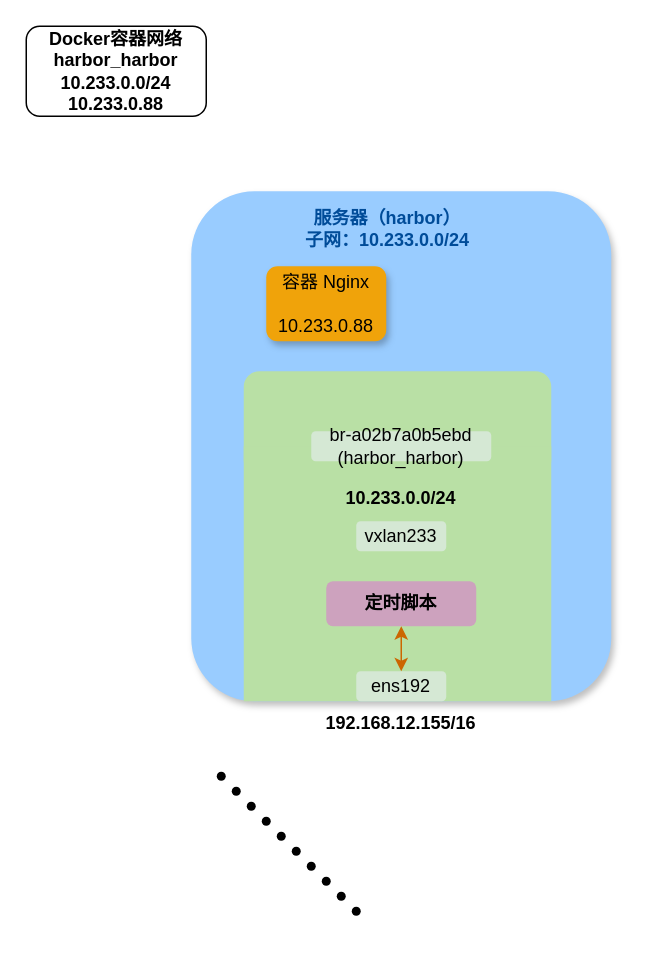
Earlier version of the draw.io diagram 自建vxlan隧道.drawio (C-Why/diagrams). Source tidied: cells renumbered, new cells numbered last; positions are measured from the earlier drawing's top-left corner, leaving out a move shared by most shapes. Both pictures are drawn from the tidied source at 150%, with x=0, y=0 at pixel (26, 26).
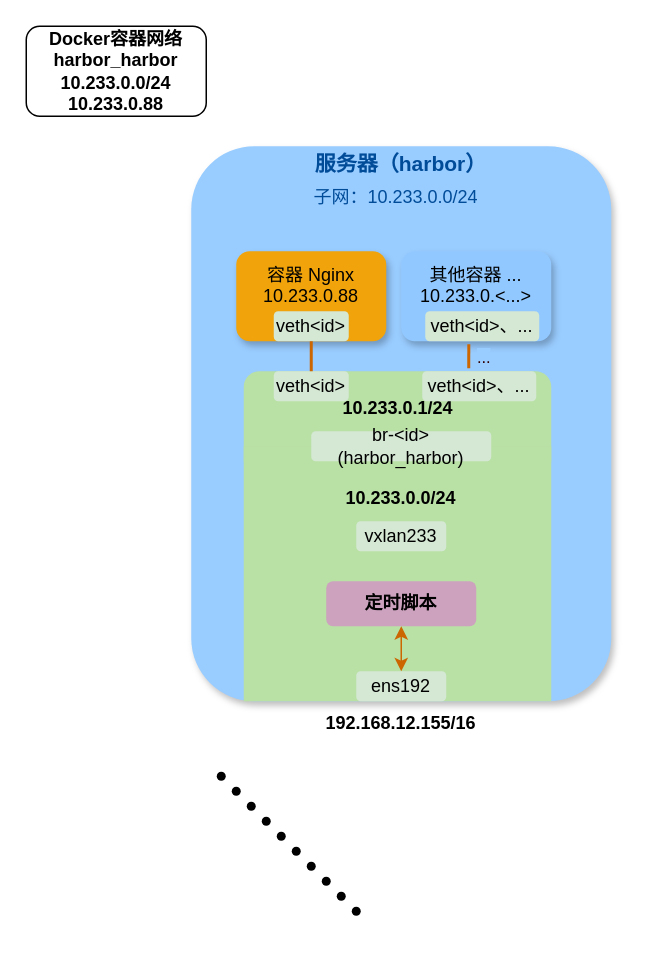
The same diagram, later.

Commit message (it also covers changes not shown here):
更新自建vxlan隧道.drawio

Unchanged cells that the change refers to:
```xml
<mxCell id="19" value="&lt;div&gt;ens192&lt;/div&gt;" style="rounded=1;whiteSpace=wrap;html=1;fillColor=#D5E8D4;strokeColor=none;" parent="1" vertex="1">
  <mxGeometry x="220" y="430" width="60" height="20" as="geometry" />
</mxCell>
<mxCell id="20" value="定时脚本" style="rounded=1;whiteSpace=wrap;html=1;strokeColor=none;fillColor=#CDA2BE;fontStyle=1;" parent="1" vertex="1">
  <mxGeometry x="200" y="370" width="100" height="30" as="geometry" />
</mxCell>
```

Diff of the diagram source:
```diff
@@
     <mxCell id="2" style="rounded=1;whiteSpace=wrap;html=1;labelBackgroundColor=none;labelBorderColor=none;fillColor=#99CCFF;strokeColor=none;shadow=1;" parent="1" vertex="1">
-      <mxGeometry x="110" y="110" width="280" height="340" as="geometry" />
+      <mxGeometry x="110" y="80" width="280" height="370" as="geometry" />
     </mxCell>
-    <mxCell id="3" value="&lt;div&gt;服务器（harbor）&lt;/div&gt;&lt;div&gt;子网：10.233.0.0/24&lt;/div&gt;" style="text;html=1;align=center;verticalAlign=middle;whiteSpace=wrap;rounded=0;fontStyle=1;fontColor=#004C99;" parent="1" vertex="1">
-      <mxGeometry x="171" y="120" width="140" height="30" as="geometry" />
+    <mxCell id="3" value="&lt;div style=&quot;font-size: 14px;&quot;&gt;服务器（harbor）&lt;/div&gt;&lt;div style=&quot;font-size: 14px;&quot;&gt;&lt;br&gt;&lt;/div&gt;" style="text;html=1;align=center;verticalAlign=middle;whiteSpace=wrap;rounded=0;fontStyle=1;fontColor=#004C99;fontSize=14;" parent="1" vertex="1">
+      <mxGeometry x="180" y="90" width="140" height="20" as="geometry" />
     </mxCell>
@@
-    <mxCell id="18" value="&lt;div&gt;容器 Nginx&lt;/div&gt;&lt;div&gt;&lt;br&gt;&lt;/div&gt;&lt;div&gt;10.233.0.88&lt;br&gt;&lt;/div&gt;" style="rounded=1;whiteSpace=wrap;html=1;fillColor=#F0A30A;fontColor=#000000;strokeColor=none;fillStyle=auto;glass=0;shadow=1;" parent="1" vertex="1">
-      <mxGeometry x="160" y="160" width="80" height="50" as="geometry" />
+    <mxCell id="18" value="&lt;div&gt;容器 Nginx&lt;/div&gt;&lt;div&gt;10.233.0.88&lt;/div&gt;&lt;div&gt;&lt;br&gt;&lt;/div&gt;" style="rounded=1;whiteSpace=wrap;html=1;fillColor=#F0A30A;fontColor=#000000;strokeColor=none;fillStyle=auto;glass=0;shadow=1;" parent="1" vertex="1">
+      <mxGeometry x="140" y="150" width="100" height="60" as="geometry" />
     </mxCell>
@@
-    <mxCell id="23" style="endArrow=classic;startArrow=classic;rounded=0;exitX=0.5;exitY=1;exitDx=0;exitDy=0;entryX=0.5;entryY=0;entryDx=0;entryDy=0;labelBackgroundColor=none;fontColor=none;noLabel=1;fillColor=#f0a30a;strokeColor=#CC6600;" parent="1" edge="1" source="20" target="19">
+    <mxCell id="23" style="endArrow=classic;startArrow=classic;rounded=0;exitX=0.5;exitY=1;exitDx=0;exitDy=0;entryX=0.5;entryY=0;entryDx=0;entryDy=0;labelBackgroundColor=none;fontColor=none;noLabel=1;fillColor=#f0a30a;strokeColor=#CC6600;strokeWidth=1;" parent="1" edge="1" source="20" target="19">
       <mxGeometry relative="1" as="geometry" />
     </mxCell>
-    <mxCell id="24" value="&lt;div&gt;br-a02b7a0b5ebd&lt;br&gt;&lt;/div&gt;&lt;div&gt;(harbor_harbor)&lt;/div&gt;" style="rounded=1;whiteSpace=wrap;html=1;fillColor=#D5E8D4;strokeColor=none;" parent="1" vertex="1">
+    <mxCell id="24" value="&lt;div&gt;br-&amp;lt;id&amp;gt;&lt;br&gt;&lt;/div&gt;&lt;div&gt;(harbor_harbor)&lt;/div&gt;" style="rounded=1;whiteSpace=wrap;html=1;fillColor=#D5E8D4;strokeColor=none;" parent="1" vertex="1">
       <mxGeometry x="190" y="270" width="120" height="20" as="geometry" />
     </mxCell>
+    <mxCell id="25" value="&lt;div&gt;10.233.0.1/24&lt;/div&gt;" style="text;html=1;strokeColor=none;fillColor=none;align=center;verticalAlign=middle;whiteSpace=wrap;rounded=0;fontStyle=1;" parent="1" vertex="1">
+      <mxGeometry x="217.5" y="250" width="60" height="10" as="geometry" />
+    </mxCell>
+    <mxCell id="26" value="veth&amp;lt;id&amp;gt;、..." style="rounded=1;whiteSpace=wrap;html=1;fillColor=#D5E8D4;strokeColor=none;" parent="1" vertex="1">
+      <mxGeometry x="264" y="230" width="76" height="20" as="geometry" />
+    </mxCell>
+    <mxCell id="27" value="&lt;div&gt;其他容器 ...&lt;/div&gt;&lt;div&gt;10.233.0.&amp;lt;...&amp;gt;&lt;br&gt;&lt;/div&gt;&lt;div&gt;&lt;br&gt;&lt;/div&gt;" style="rounded=1;whiteSpace=wrap;html=1;fillColor=#91C8FF;fontColor=#000000;strokeColor=none;fillStyle=auto;glass=0;shadow=1;gradientColor=none;" parent="1" vertex="1">
+      <mxGeometry x="250" y="150" width="100" height="60" as="geometry" />
+    </mxCell>
+    <mxCell id="28" value="veth&amp;lt;id&amp;gt;" style="rounded=1;whiteSpace=wrap;html=1;fillColor=#D5E8D4;strokeColor=none;" parent="1" vertex="1">
+      <mxGeometry x="165" y="190" width="50" height="20" as="geometry" />
+    </mxCell>
+    <mxCell id="29" value="veth&amp;lt;id&amp;gt;" style="rounded=1;whiteSpace=wrap;html=1;fillColor=#D5E8D4;strokeColor=none;" parent="1" vertex="1">
+      <mxGeometry x="165" y="230" width="50" height="20" as="geometry" />
+    </mxCell>
+    <mxCell id="30" value="子网：10.233.0.0/24" style="text;whiteSpace=wrap;html=1;fontColor=#004C99;" parent="1" vertex="1">
+      <mxGeometry x="190" y="100" width="140" height="20" as="geometry" />
+    </mxCell>
+    <mxCell id="31" value="veth&amp;lt;id&amp;gt;、..." style="rounded=1;whiteSpace=wrap;html=1;fillColor=#D5E8D4;strokeColor=none;" parent="1" vertex="1">
+      <mxGeometry x="266" y="190" width="76" height="20" as="geometry" />
+    </mxCell>
+    <mxCell id="32" style="endArrow=none;html=1;rounded=0;entryX=0.5;entryY=1;entryDx=0;entryDy=0;exitX=0.5;exitY=0;exitDx=0;exitDy=0;strokeColor=#CC6600;strokeWidth=2;" parent="1" edge="1" source="29" target="18">
+      <mxGeometry relative="1" as="geometry" />
+    </mxCell>
+    <mxCell id="33" style="endArrow=none;html=1;rounded=0;entryX=0.382;entryY=1.1;entryDx=0;entryDy=0;exitX=0.408;exitY=-0.1;exitDx=0;exitDy=0;strokeColor=#CC6600;strokeWidth=2;entryPerimeter=0;exitPerimeter=0;" parent="1" edge="1" source="26" target="31">
+      <mxGeometry relative="1" as="geometry" />
+    </mxCell>
+    <mxCell id="34" value="&lt;div&gt;...&lt;/div&gt;" style="edgeLabel;html=1;align=center;verticalAlign=middle;fontColor=#330000;labelBackgroundColor=#99CCFF;" parent="33" vertex="1">
+      <mxGeometry x="-0.13" y="1" relative="1" as="geometry">
+        <mxPoint x="10" as="offset" />
+      </mxGeometry>
+    </mxCell>
```
